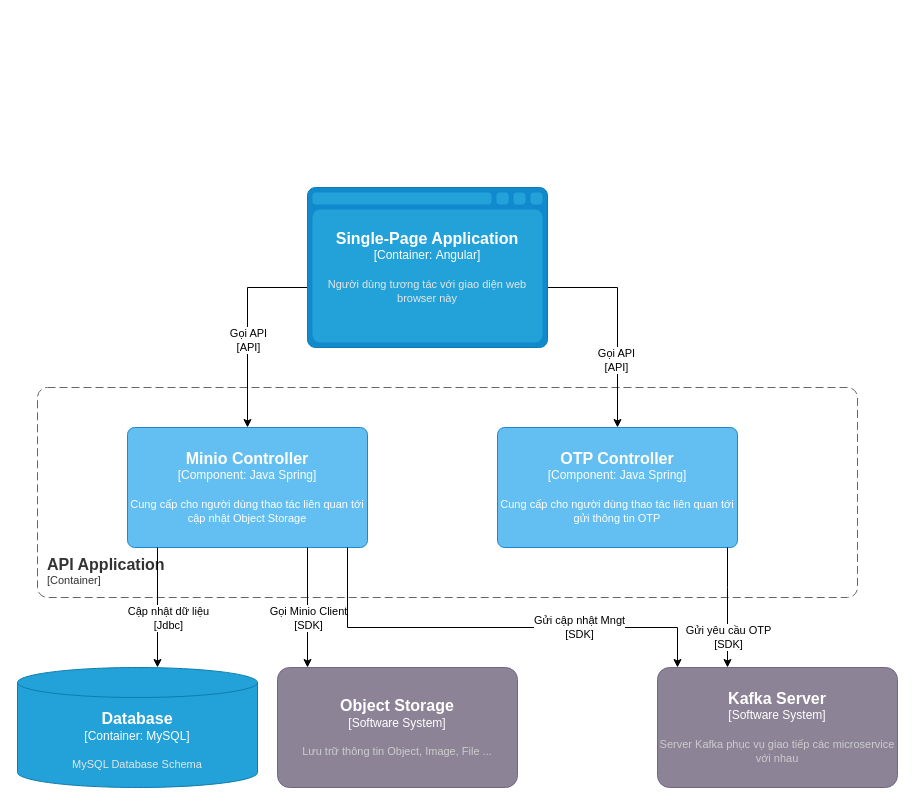
The draw.io diagram Idg-Portal lv3 ObjectStorage API.drawio in dangngocsoncntt/draw.io, before the edit. Source tidied: cells renumbered, new cells numbered last; positions are measured from the earlier drawing's top-left corner, leaving out a move shared by most shapes. Both pictures are drawn from the tidied source at 100%, with x=0, y=0 at pixel (17, 187).
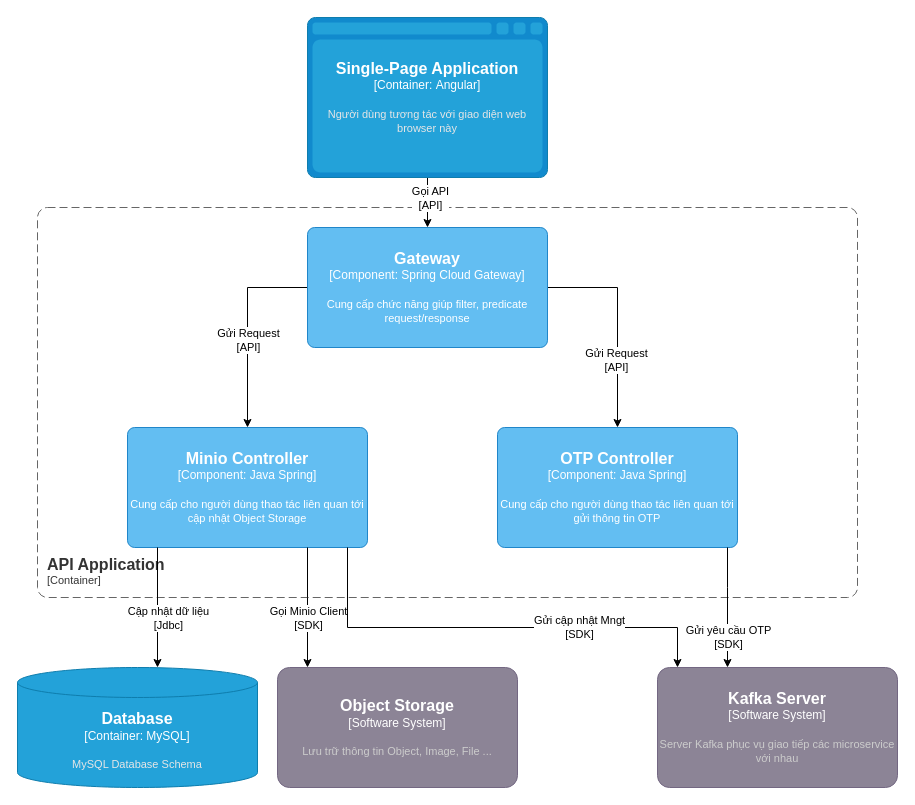
After the change.

Unchanged cells that the change refers to:
```xml
<object id="8" label="&lt;font style=&quot;font-size: 16px&quot;&gt;&lt;b&gt;%c4Name%&lt;/b&gt;&lt;/font&gt;&lt;div&gt;[%c4Type%: %c4Technology%]&lt;/div&gt;&lt;br&gt;&lt;div&gt;&lt;font style=&quot;font-size: 11px&quot;&gt;%c4Description%&lt;/font&gt;&lt;/div&gt;" c4Description="Cung cấp cho người dùng thao tác liên quan tới cập nhật Object Storage" c4Name="Minio Controller" c4Technology="Java Spring" c4Type="Component" placeholders="1">
  <mxCell style="rounded=1;whiteSpace=wrap;html=1;labelBackgroundColor=none;fillColor=#63BEF2;fontColor=#ffffff;align=center;arcSize=6;strokeColor=#2086C9;points=[[0.25,0,0],[0.5,0,0],[0.75,0,0],[1,0.25,0],[1,0.5,0],[1,0.75,0],[0.75,1,0],[0.5,1,0],[0.25,1,0],[0,0.75,0],[0,0.5,0],[0,0.25,0]];" parent="1" vertex="1">
    <mxGeometry x="110" y="240" width="240" height="120" as="geometry" />
  </mxCell>
</object>
<object id="9" label="&lt;font style=&quot;font-size: 16px&quot;&gt;&lt;b&gt;%c4Name%&lt;/b&gt;&lt;/font&gt;&lt;div&gt;[%c4Type%: %c4Technology%]&lt;/div&gt;&lt;br&gt;&lt;div&gt;&lt;font style=&quot;font-size: 11px&quot;&gt;%c4Description%&lt;/font&gt;&lt;/div&gt;" c4Description="Cung cấp cho người dùng thao tác liên quan tới gửi thông tin OTP" c4Name="OTP Controller" c4Technology="Java Spring" c4Type="Component" placeholders="1">
  <mxCell style="rounded=1;whiteSpace=wrap;html=1;labelBackgroundColor=none;fillColor=#63BEF2;fontColor=#ffffff;align=center;arcSize=6;strokeColor=#2086C9;points=[[0.25,0,0],[0.5,0,0],[0.75,0,0],[1,0.25,0],[1,0.5,0],[1,0.75,0],[0.75,1,0],[0.5,1,0],[0.25,1,0],[0,0.75,0],[0,0.5,0],[0,0.25,0]];" parent="1" vertex="1">
    <mxGeometry x="480" y="240" width="240" height="120" as="geometry" />
  </mxCell>
</object>
```

Diff of the diagram source:
```diff
@@
     <object id="2" label="&lt;font style=&quot;font-size: 16px&quot;&gt;&lt;b&gt;&lt;div style=&quot;text-align: left&quot;&gt;%c4Name%&lt;/div&gt;&lt;/b&gt;&lt;/font&gt;&lt;div style=&quot;text-align: left&quot;&gt;[%c4Application%]&lt;/div&gt;" c4Application="Container" c4Name="API Application" placeholders="1">
       <mxCell style="rounded=1;fontSize=11;whiteSpace=wrap;html=1;dashed=1;arcSize=20;fillColor=none;strokeColor=#666666;fontColor=#333333;labelBackgroundColor=none;align=left;verticalAlign=bottom;labelBorderColor=none;spacingTop=0;spacing=10;dashPattern=8 4;perimeter=rectanglePerimeter;noLabel=0;labelPadding=0;absoluteArcSize=1;" parent="1" vertex="1">
-        <mxGeometry x="20" y="200" width="820" height="210" as="geometry" />
+        <mxGeometry x="20" y="20" width="820" height="390" as="geometry" />
       </mxCell>
     </object>
-    <mxCell id="3" style="edgeStyle=orthogonalEdgeStyle;rounded=0;jettySize=auto;html=1;" parent="1" edge="1" source="7" target="8">
+    <mxCell id="3" style="edgeStyle=orthogonalEdgeStyle;rounded=0;jettySize=auto;html=1;" parent="1" edge="1" target="8">
       <mxGeometry relative="1" as="geometry">
+        <mxPoint x="290" y="100" as="sourcePoint" />
         <Array as="points">
           <mxPoint x="230" y="100" />
         </Array>
       </mxGeometry>
     </mxCell>
-    <mxCell id="4" value="Gọi API&lt;br style=&quot;border-color: var(--border-color);&quot;&gt;[API]" style="edgeLabel;html=1;align=center;verticalAlign=middle;" parent="3" vertex="1">
+    <mxCell id="4" value="Gửi Request&lt;br style=&quot;border-color: var(--border-color);&quot;&gt;[API]" style="edgeLabel;html=1;align=center;verticalAlign=middle;" parent="3" vertex="1">
       <mxGeometry x="0.12" relative="1" as="geometry" />
     </mxCell>
-    <mxCell id="5" style="edgeStyle=orthogonalEdgeStyle;rounded=0;jettySize=auto;html=1;" parent="1" edge="1" source="7" target="9">
+    <mxCell id="5" style="edgeStyle=orthogonalEdgeStyle;rounded=0;jettySize=auto;html=1;" parent="1" edge="1" target="9">
       <mxGeometry relative="1" as="geometry">
+        <mxPoint x="530" y="100" as="sourcePoint" />
         <Array as="points">
           <mxPoint x="600" y="100" />
         </Array>
       </mxGeometry>
     </mxCell>
-    <mxCell id="6" value="Gọi API&lt;br style=&quot;border-color: var(--border-color);&quot;&gt;[API]" style="edgeLabel;html=1;align=center;verticalAlign=middle;" parent="5" vertex="1">
+    <mxCell id="6" value="Gửi Request&lt;br style=&quot;border-color: var(--border-color);&quot;&gt;[API]" style="edgeLabel;html=1;align=center;verticalAlign=middle;" parent="5" vertex="1">
       <mxGeometry x="0.35" y="-2" relative="1" as="geometry" />
     </mxCell>
-    <object id="7" label="&lt;font style=&quot;font-size: 16px&quot;&gt;&lt;b&gt;%c4Type%&lt;/b&gt;&lt;/font&gt;&lt;div&gt;[%c4Container%:&amp;nbsp;%c4Technology%]&lt;/div&gt;&lt;br&gt;&lt;div&gt;&lt;font style=&quot;font-size: 11px&quot;&gt;&lt;font color=&quot;#E6E6E6&quot;&gt;%c4Description%&lt;/font&gt;&lt;/div&gt;" c4Container="Container" c4Description="Người dùng tương tác với giao diện web browser này" c4Technology="Angular" c4Type="Single-Page Application" placeholders="1">
-      <mxCell style="shape=mxgraph.c4.webBrowserContainer2;whiteSpace=wrap;html=1;boundedLbl=1;rounded=0;labelBackgroundColor=none;strokeColor=#118ACD;fillColor=#23A2D9;strokeColor=#118ACD;strokeColor2=#0E7DAD;fontSize=12;fontColor=#ffffff;align=center;points=[[0.5,0,0],[1,0.25,0],[1,0.5,0],[1,0.75,0],[0.5,1,0],[0,0.75,0],[0,0.5,0],[0,0.25,0]];" parent="1" vertex="1">
-        <mxGeometry x="290" width="240" height="160" as="geometry" />
-      </mxCell>
-    </object>
@@
+    <mxCell id="21" style="edgeStyle=orthogonalEdgeStyle;rounded=0;jettySize=auto;html=1;entryX=0.5;entryY=0;entryDx=0;entryDy=0;entryPerimeter=0;" parent="1" edge="1" source="7" target="23">
+      <mxGeometry relative="1" as="geometry" />
+    </mxCell>
+    <mxCell id="22" value="Gọi API&lt;br&gt;[API]" style="edgeLabel;html=1;align=center;verticalAlign=middle;" parent="21" vertex="1">
+      <mxGeometry x="-0.2" y="2" relative="1" as="geometry" />
+    </mxCell>
+    <object id="7" label="&lt;font style=&quot;font-size: 16px&quot;&gt;&lt;b&gt;%c4Type%&lt;/b&gt;&lt;/font&gt;&lt;div&gt;[%c4Container%:&amp;nbsp;%c4Technology%]&lt;/div&gt;&lt;br&gt;&lt;div&gt;&lt;font style=&quot;font-size: 11px&quot;&gt;&lt;font color=&quot;#E6E6E6&quot;&gt;%c4Description%&lt;/font&gt;&lt;/div&gt;" c4Container="Container" c4Description="Người dùng tương tác với giao diện web browser này" c4Technology="Angular" c4Type="Single-Page Application" placeholders="1">
+      <mxCell style="shape=mxgraph.c4.webBrowserContainer2;whiteSpace=wrap;html=1;boundedLbl=1;rounded=0;labelBackgroundColor=none;strokeColor=#118ACD;fillColor=#23A2D9;strokeColor=#118ACD;strokeColor2=#0E7DAD;fontSize=12;fontColor=#ffffff;align=center;points=[[0.5,0,0],[1,0.25,0],[1,0.5,0],[1,0.75,0],[0.5,1,0],[0,0.75,0],[0,0.5,0],[0,0.25,0]];" parent="1" vertex="1">
+        <mxGeometry x="290" y="-170" width="240" height="160" as="geometry" />
+      </mxCell>
+    </object>
+    <object id="23" label="&lt;font style=&quot;font-size: 16px&quot;&gt;&lt;b&gt;%c4Name%&lt;/b&gt;&lt;/font&gt;&lt;div&gt;[%c4Type%: %c4Technology%]&lt;/div&gt;&lt;br&gt;&lt;div&gt;&lt;font style=&quot;font-size: 11px&quot;&gt;%c4Description%&lt;/font&gt;&lt;/div&gt;" c4Description="Cung cấp chức năng giúp filter, predicate request/response" c4Name="Gateway" c4Technology="Spring Cloud Gateway" c4Type="Component" placeholders="1">
+      <mxCell style="rounded=1;whiteSpace=wrap;html=1;labelBackgroundColor=none;fillColor=#63BEF2;fontColor=#ffffff;align=center;arcSize=6;strokeColor=#2086C9;points=[[0.25,0,0],[0.5,0,0],[0.75,0,0],[1,0.25,0],[1,0.5,0],[1,0.75,0],[0.75,1,0],[0.5,1,0],[0.25,1,0],[0,0.75,0],[0,0.5,0],[0,0.25,0]];" parent="1" vertex="1">
+        <mxGeometry x="290" y="40" width="240" height="120" as="geometry" />
+      </mxCell>
+    </object>
```
